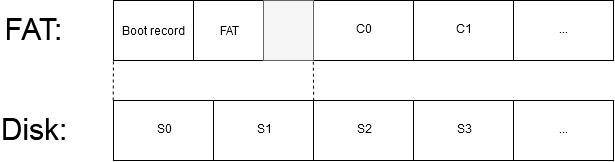
Before: doc/fat-rozdeleni-disku.png, a diagram exported from draw.io (Cajova-Houba/kiv-os-simulator). Source tidied: cells renumbered, new cells last; positions are measured from the earlier drawing's top-left corner, leaving out a move shared by most shapes. The source it was exported from:
```xml
<mxGraphModel>
  <root>
    <mxCell id="0" />
    <mxCell id="1" parent="0" />
    <mxCell id="2" style="rounded=0;whiteSpace=wrap;html=1;" parent="1" vertex="1">
      <mxGeometry x="100" y="100" width="500" height="60" as="geometry" />
    </mxCell>
    <mxCell id="3" value="S0" style="rounded=0;whiteSpace=wrap;html=1;" parent="1" vertex="1">
      <mxGeometry x="100" y="100" width="100" height="60" as="geometry" />
    </mxCell>
    <mxCell id="4" value="S1" style="rounded=0;whiteSpace=wrap;html=1;" parent="1" vertex="1">
      <mxGeometry x="200" y="100" width="100" height="60" as="geometry" />
    </mxCell>
    <mxCell id="5" value="S2" style="rounded=0;whiteSpace=wrap;html=1;" parent="1" vertex="1">
      <mxGeometry x="300" y="100" width="100" height="60" as="geometry" />
    </mxCell>
    <mxCell id="6" value="..." style="rounded=0;whiteSpace=wrap;html=1;" parent="1" vertex="1">
      <mxGeometry x="500" y="100" width="100" height="60" as="geometry" />
    </mxCell>
    <mxCell id="7" value="Disk:" style="text;html=1;strokeColor=none;fillColor=none;align=center;verticalAlign=middle;whiteSpace=wrap;rounded=0;fontSize=30;" parent="1" vertex="1">
      <mxGeometry y="120" width="40" height="20" as="geometry" />
    </mxCell>
    <mxCell id="8" value="&lt;font style=&quot;font-size: 12px&quot;&gt;Boot record&lt;br&gt;&lt;/font&gt;" style="rounded=0;whiteSpace=wrap;html=1;fontSize=30;verticalAlign=top;" parent="1" vertex="1">
      <mxGeometry x="100" width="80" height="60" as="geometry" />
    </mxCell>
    <mxCell id="9" value="&lt;font style=&quot;font-size: 12px&quot;&gt;FAT&lt;/font&gt;" style="rounded=0;whiteSpace=wrap;html=1;fontSize=30;verticalAlign=top;" parent="1" vertex="1">
      <mxGeometry x="180" width="70" height="60" as="geometry" />
    </mxCell>
    <mxCell id="10" value="C0" style="rounded=0;whiteSpace=wrap;html=1;fontSize=12;" parent="1" vertex="1">
      <mxGeometry x="300" width="100" height="60" as="geometry" />
    </mxCell>
    <mxCell id="11" value="S3" style="rounded=0;whiteSpace=wrap;html=1;" parent="1" vertex="1">
      <mxGeometry x="400" y="100" width="100" height="60" as="geometry" />
    </mxCell>
    <mxCell id="12" value="C1" style="rounded=0;whiteSpace=wrap;html=1;fontSize=12;" parent="1" vertex="1">
      <mxGeometry x="400" width="100" height="60" as="geometry" />
    </mxCell>
    <mxCell id="13" value="..." style="rounded=0;whiteSpace=wrap;html=1;fontSize=12;" parent="1" vertex="1">
      <mxGeometry x="500" width="100" height="60" as="geometry" />
    </mxCell>
    <mxCell id="14" style="rounded=0;whiteSpace=wrap;html=1;fontSize=12;fillColor=#f5f5f5;strokeColor=#666666;fontColor=#333333;" parent="1" vertex="1">
      <mxGeometry x="250" width="50" height="60" as="geometry" />
    </mxCell>
    <mxCell id="15" style="endArrow=none;dashed=1;html=1;fontSize=12;entryX=-0.001;entryY=0.997;entryDx=0;entryDy=0;entryPerimeter=0;exitX=-0.003;exitY=0;exitDx=0;exitDy=0;exitPerimeter=0;" parent="1" edge="1" source="3" target="8">
      <mxGeometry relative="1" as="geometry" />
    </mxCell>
    <mxCell id="16" style="endArrow=none;dashed=1;html=1;fontSize=12;entryX=0.996;entryY=0.995;entryDx=0;entryDy=0;entryPerimeter=0;exitX=1.002;exitY=0.004;exitDx=0;exitDy=0;exitPerimeter=0;" parent="1" edge="1" source="4" target="14">
      <mxGeometry relative="1" as="geometry" />
    </mxCell>
    <mxCell id="17" value="FAT:" style="text;html=1;strokeColor=none;fillColor=none;align=center;verticalAlign=middle;whiteSpace=wrap;rounded=0;fontSize=30;" parent="1" vertex="1">
      <mxGeometry y="20" width="40" height="20" as="geometry" />
    </mxCell>
  </root>
</mxGraphModel>
```
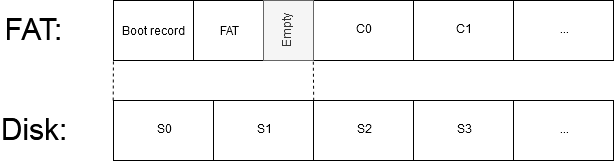
Above is the later version.

The edit, as a diff of the source:
```diff
@@ -38,7 +38,7 @@
     <mxCell id="13" value="..." style="rounded=0;whiteSpace=wrap;html=1;fontSize=12;" parent="1" vertex="1">
       <mxGeometry x="500" width="100" height="60" as="geometry" />
     </mxCell>
-    <mxCell id="14" style="rounded=0;whiteSpace=wrap;html=1;fontSize=12;fillColor=#f5f5f5;strokeColor=#666666;fontColor=#333333;" parent="1" vertex="1">
+    <mxCell id="14" value="Empty" style="rounded=0;whiteSpace=wrap;html=1;fontSize=12;fillColor=#f5f5f5;strokeColor=#666666;fontColor=#333333;horizontal=0;" parent="1" vertex="1">
       <mxGeometry x="250" width="50" height="60" as="geometry" />
     </mxCell>
     <mxCell id="15" style="endArrow=none;dashed=1;html=1;fontSize=12;entryX=-0.001;entryY=0.997;entryDx=0;entryDy=0;entryPerimeter=0;exitX=-0.003;exitY=0;exitDx=0;exitDy=0;exitPerimeter=0;" parent="1" edge="1" source="3" target="8">
```
